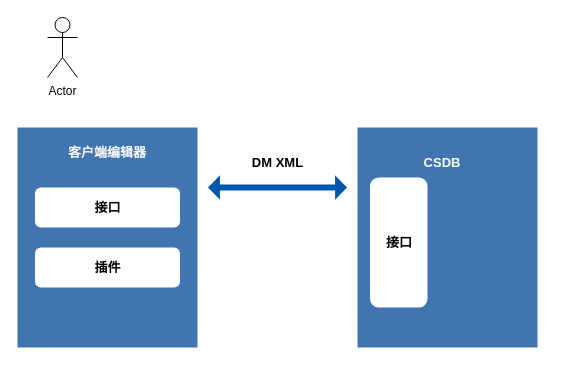
Earlier version of the draw.io diagram csdb/Editor集成.drawio (DemonHan/KuickBuy). Source tidied: cells renumbered, new cells numbered last; positions are measured from the earlier drawing's top-left corner, leaving out a move shared by most shapes. Both pictures are drawn from the tidied source at 100%, with x=0, y=0 at pixel (17, 17).
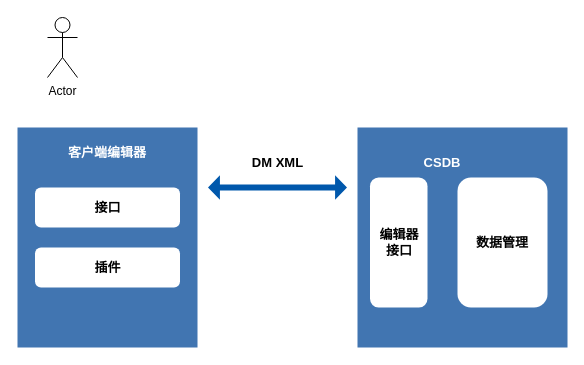
Above is the later version.

Diff of the diagram source:
```diff
@@
 <mxGraphModel>
   <root>
     <mxCell id="0" />
     <mxCell id="1" parent="0" />
     <mxCell id="2" style="rounded=0;whiteSpace=wrap;html=1;fillColor=#4175B1;strokeColor=none;" parent="1" vertex="1">
       <mxGeometry y="110" width="180" height="220" as="geometry" />
     </mxCell>
     <mxCell id="3" value="Actor" style="shape=umlActor;verticalLabelPosition=bottom;verticalAlign=top;html=1;" parent="1" vertex="1">
       <mxGeometry x="30" width="30" height="60" as="geometry" />
     </mxCell>
     <mxCell id="4" value="客户端编辑器" style="text;html=1;align=center;verticalAlign=middle;whiteSpace=wrap;rounded=0;fontStyle=1;fontSize=13;strokeColor=none;fontColor=#FFFFFF;" parent="1" vertex="1">
       <mxGeometry x="45" y="120" width="90" height="30" as="geometry" />
     </mxCell>
     <mxCell id="5" style="rounded=0;whiteSpace=wrap;html=1;fillColor=#4175B1;strokeColor=none;" parent="1" vertex="1">
-      <mxGeometry x="340" y="110" width="180" height="220" as="geometry" />
+      <mxGeometry x="340" y="110" width="210" height="220" as="geometry" />
     </mxCell>
     <mxCell id="6" value="CSDB" style="text;html=1;align=center;verticalAlign=middle;whiteSpace=wrap;rounded=0;fontStyle=1;fontSize=13;strokeColor=none;fontColor=#FFFFFF;" parent="1" vertex="1">
       <mxGeometry x="380" y="130" width="90" height="30" as="geometry" />
     </mxCell>
     <mxCell id="7" style="shape=flexArrow;endArrow=classic;startArrow=classic;html=1;rounded=0;width=6;startSize=3.64;endSize=3.64;endWidth=17.387755102040817;startWidth=17.387755102040817;fontStyle=1;fontSize=13;strokeColor=none;fillColor=#0058AC;" parent="1" edge="1">
       <mxGeometry relative="1" as="geometry">
         <mxPoint x="330" y="170" as="sourcePoint" />
         <mxPoint x="190" y="170" as="targetPoint" />
       </mxGeometry>
     </mxCell>
     <mxCell id="8" value="DM XML" style="text;html=1;align=center;verticalAlign=middle;strokeColor=none;fillColor=none;fontStyle=1;fontSize=13;" parent="1" vertex="1">
       <mxGeometry x="225" y="130" width="70" height="30" as="geometry" />
     </mxCell>
     <mxCell id="9" value="接口" style="rounded=1;whiteSpace=wrap;html=1;fontStyle=1;fontSize=13;strokeColor=none;" parent="1" vertex="1">
       <mxGeometry x="17.5" y="170" width="145" height="40" as="geometry" />
     </mxCell>
     <mxCell id="10" value="插件" style="rounded=1;whiteSpace=wrap;html=1;fontStyle=1;fontSize=13;strokeColor=none;" parent="1" vertex="1">
       <mxGeometry x="17.5" y="230" width="145" height="40" as="geometry" />
     </mxCell>
-    <mxCell id="11" value="接口" style="rounded=1;whiteSpace=wrap;html=1;fontStyle=1;fontSize=13;strokeColor=none;" parent="1" vertex="1">
+    <mxCell id="11" value="编辑器&lt;div&gt;接口&lt;/div&gt;" style="rounded=1;whiteSpace=wrap;html=1;fontStyle=1;fontSize=13;strokeColor=none;" parent="1" vertex="1">
       <mxGeometry x="352.5" y="160" width="57.5" height="130" as="geometry" />
     </mxCell>
+    <mxCell id="12" value="数据管理" style="rounded=1;whiteSpace=wrap;html=1;fontStyle=1;fontSize=13;strokeColor=none;" parent="1" vertex="1">
+      <mxGeometry x="440" y="160" width="90" height="130" as="geometry" />
+    </mxCell>
   </root>
 </mxGraphModel>
```
